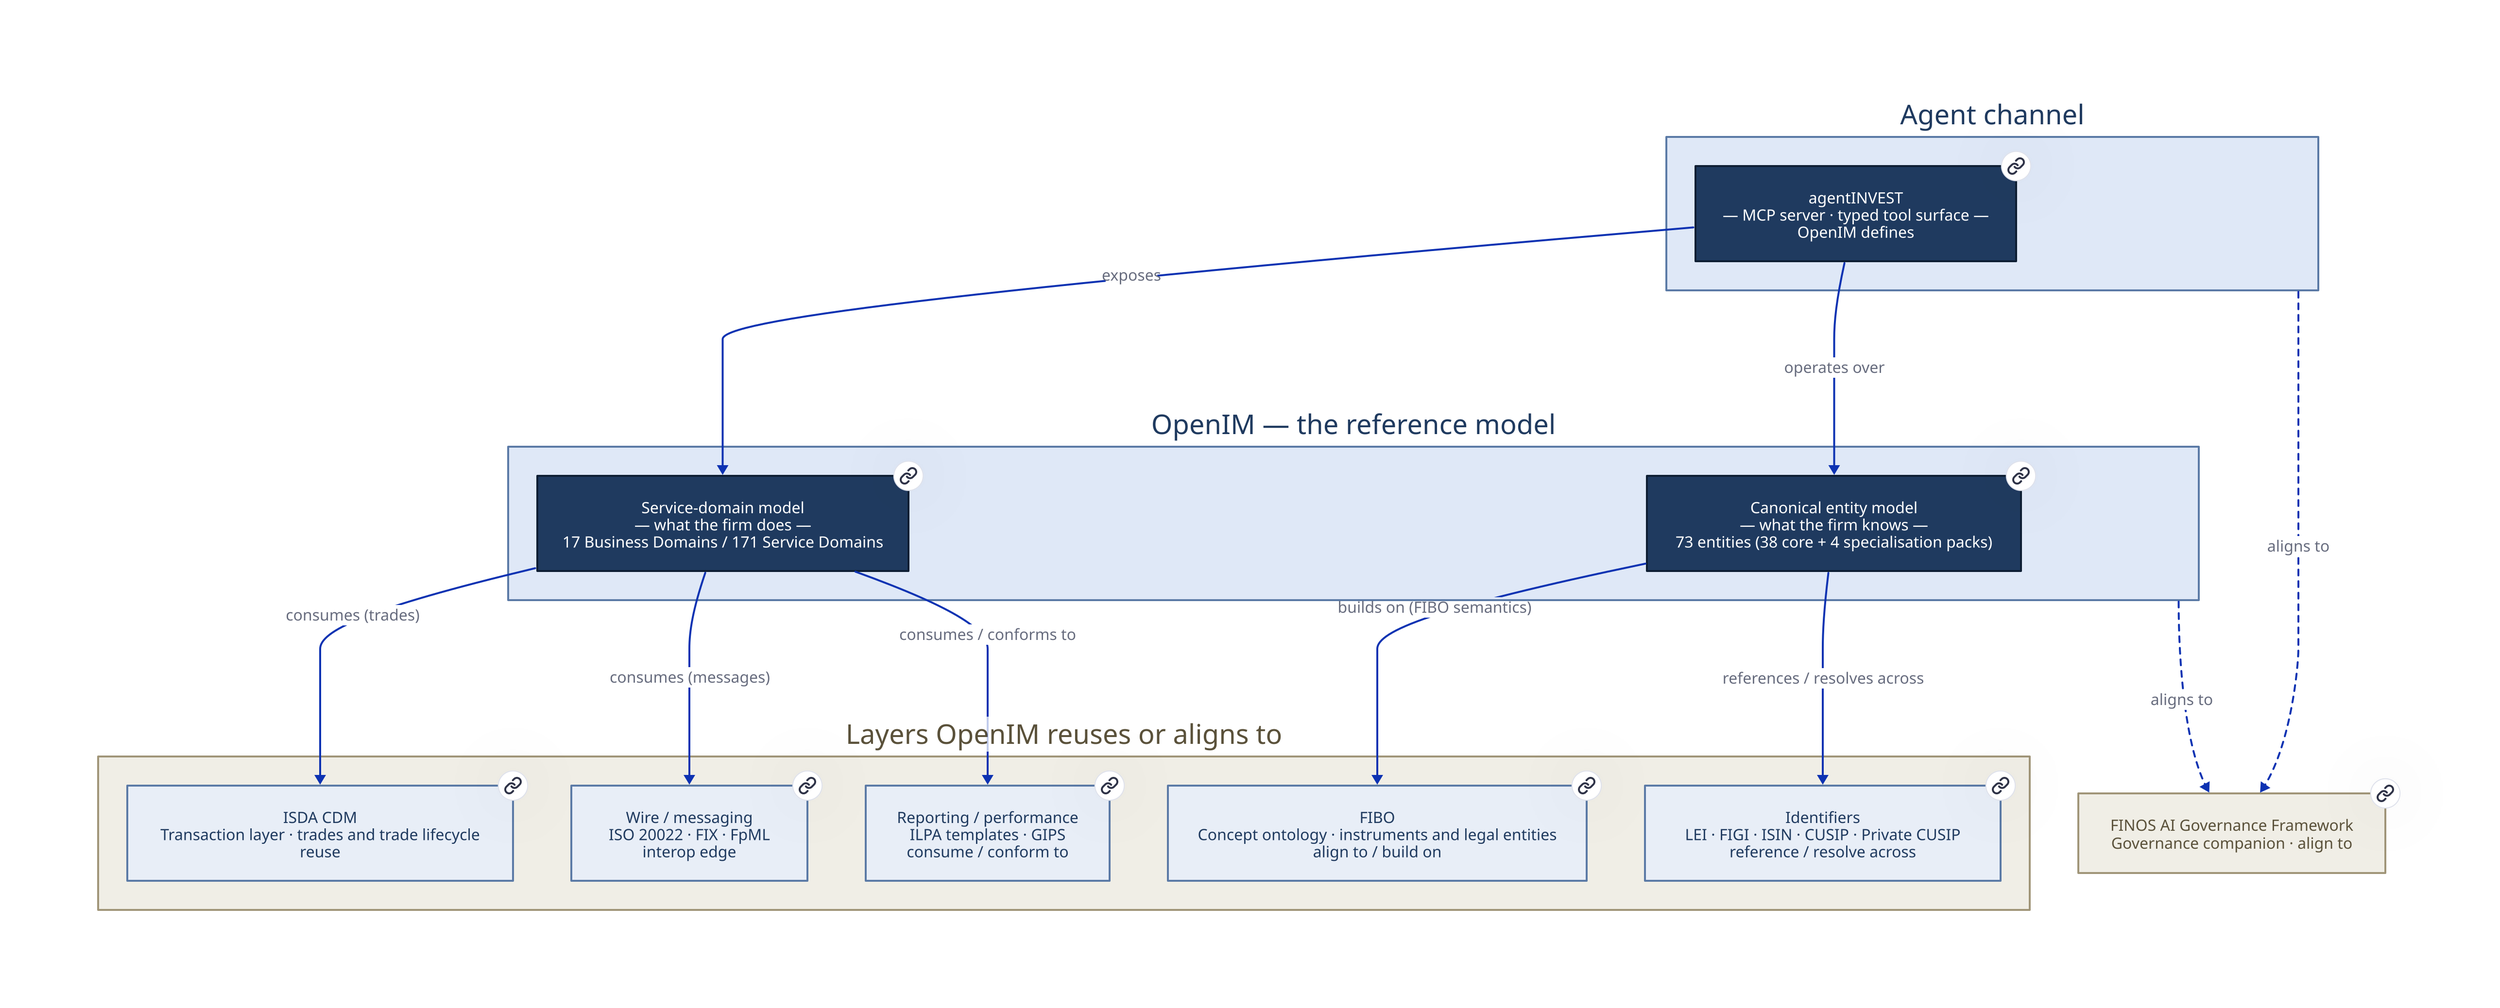
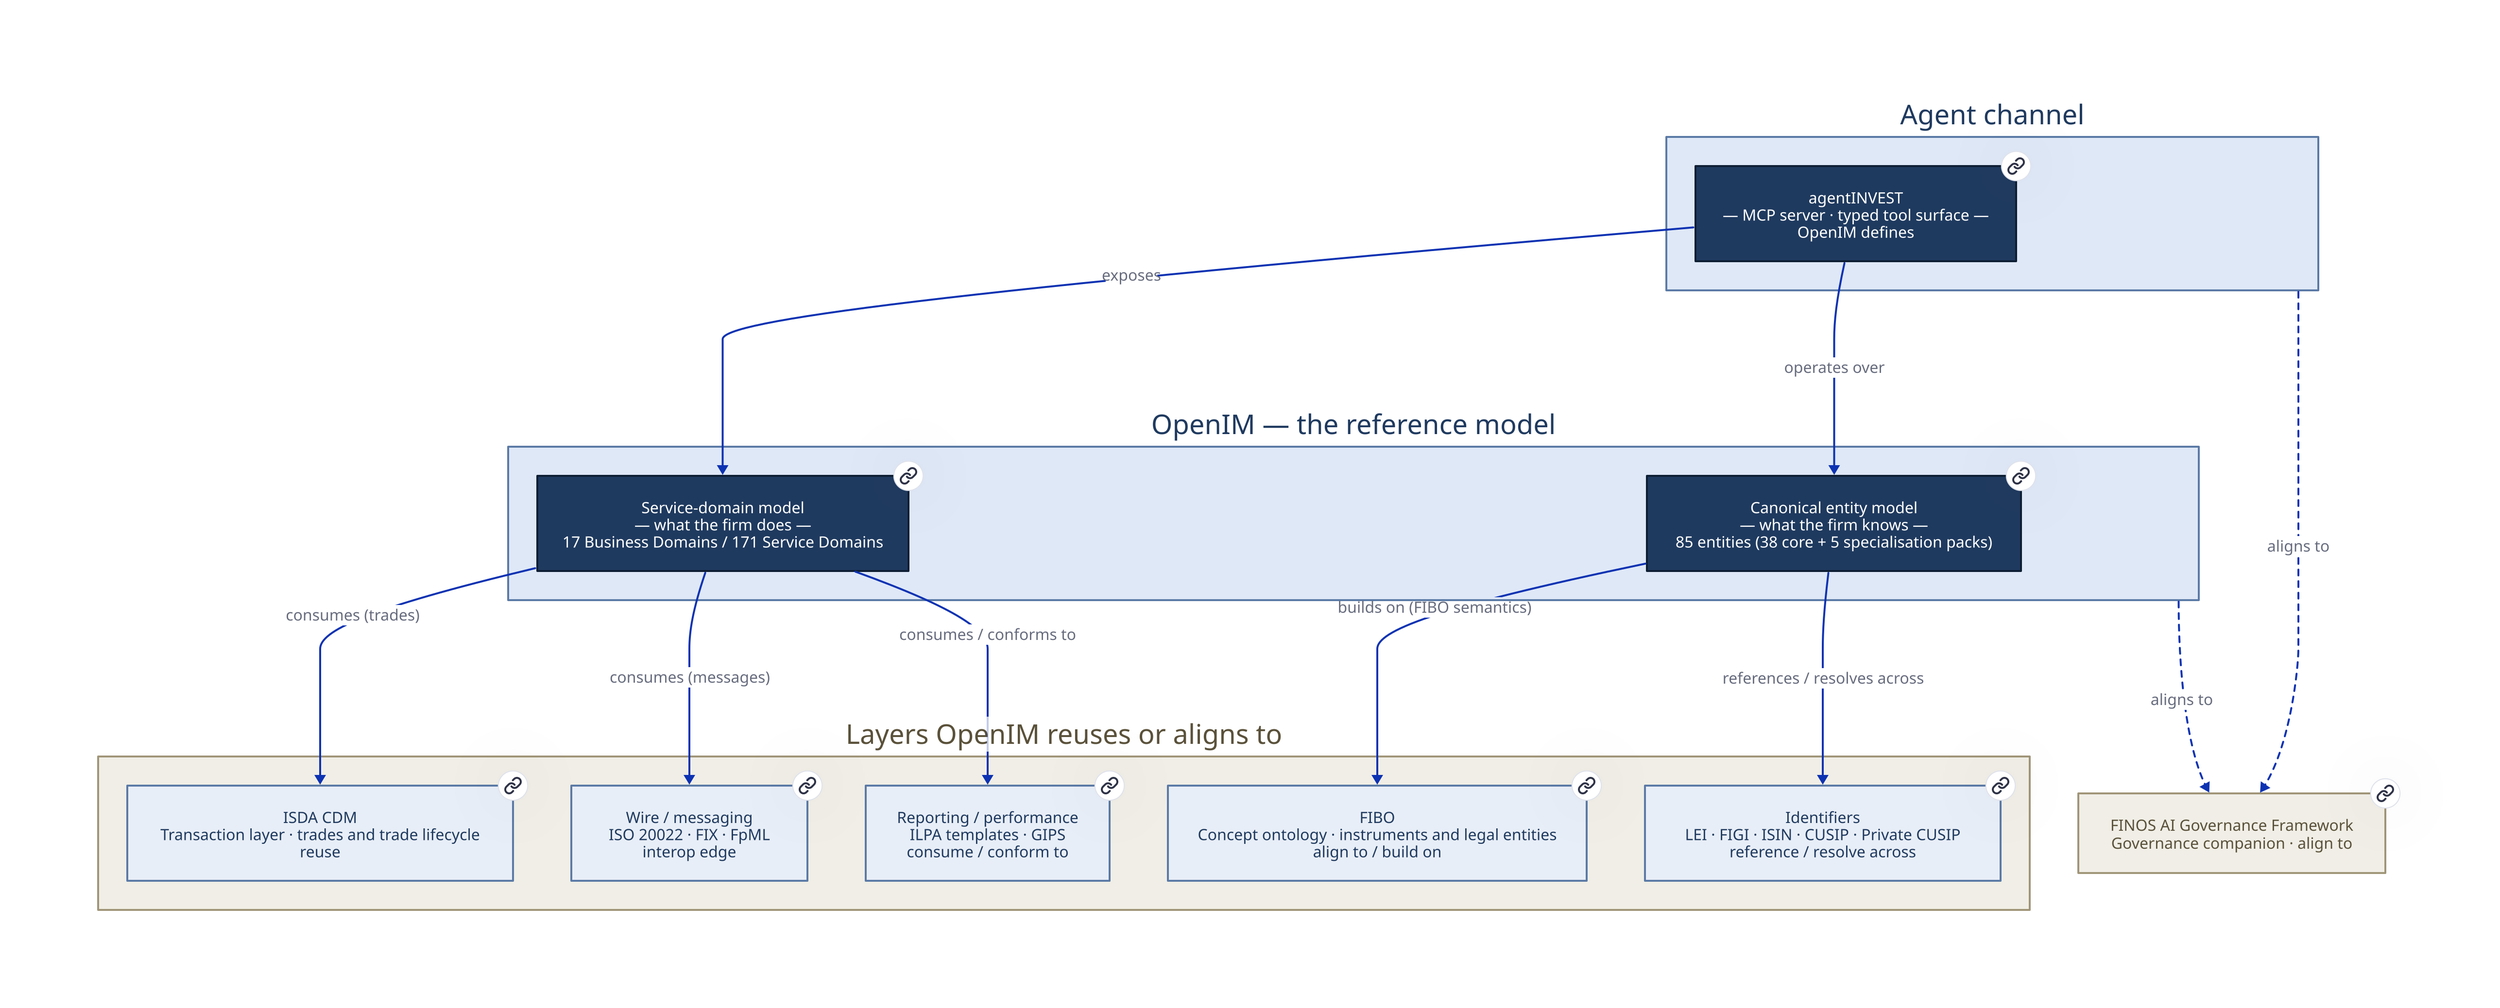
# OpenIM layer stack — D2 source.
#
# Renders OpenIM's position in the standards landscape. Each layer box is
# clickable: OpenIM boxes open in-repo INDEX files (absolute GitHub URLs);
# external standards open PRIOR-ART.md, which is the project's own
# credibility artefact explaining each layer relationship.
#
# A Mermaid form of this diagram lives at ../01-layer-stack.md.

vars: {
  d2-config: {
    layout-engine: elk
  }
}

direction: down

# ─────────────────────────────────────────────────────────
# Agent channel — what an agent talks to.
# ─────────────────────────────────────────────────────────
agent_layer: "Agent channel" {
  style: {fill: "#dfe8f7"; stroke: "#5b7aa6"; font-color: "#1f3a5f"}

  agentinvest: "agentINVEST\n— MCP server · typed tool surface —\nOpenIM defines" {
    link: https://github.com/antikas/open-investment-model/blob/main/reference/README.md
    style: {fill: "#1f3a5f"; font-color: "#ffffff"; bold: true; stroke: "#0e1e33"}
  }
}

# ─────────────────────────────────────────────────────────
# OpenIM — the new layer this project introduces.
# ─────────────────────────────────────────────────────────
openim_layer: "OpenIM — the reference model" {
  style: {fill: "#dfe8f7"; stroke: "#5b7aa6"; font-color: "#1f3a5f"}

  service_domains: "Service-domain model\n— what the firm does —\n17 Business Domains / 171 Service Domains" {
    link: https://github.com/antikas/open-investment-model/blob/main/model/service-domains/INDEX.md
    style: {fill: "#1f3a5f"; font-color: "#ffffff"; bold: true; stroke: "#0e1e33"}
  }

-   entity_model: "Canonical entity model\n— what the firm knows —\n73 entities (38 core + 4 specialisation packs)" {
+   entity_model: "Canonical entity model\n— what the firm knows —\n85 entities (38 core + 5 specialisation packs)" {
    link: https://github.com/antikas/open-investment-model/blob/main/model/entities/INDEX.md
    style: {fill: "#1f3a5f"; font-color: "#ffffff"; bold: true; stroke: "#0e1e33"}
  }
}

# ─────────────────────────────────────────────────────────
# Layers OpenIM reuses or aligns to.
# ─────────────────────────────────────────────────────────
below_layer: "Layers OpenIM reuses or aligns to" {
  style: {fill: "#f0eee6"; stroke: "#a09578"; font-color: "#5a513a"}

  isda_cdm: "ISDA CDM\nTransaction layer · trades and trade lifecycle\nreuse" {
    link: https://github.com/antikas/open-investment-model/blob/main/PRIOR-ART.md
    style: {fill: "#e8eef7"; stroke: "#5b7aa6"; font-color: "#1f3a5f"}
  }

  fibo: "FIBO\nConcept ontology · instruments and legal entities\nalign to / build on" {
    link: https://github.com/antikas/open-investment-model/blob/main/PRIOR-ART.md
    style: {fill: "#e8eef7"; stroke: "#5b7aa6"; font-color: "#1f3a5f"}
  }

  identifiers: "Identifiers\nLEI · FIGI · ISIN · CUSIP · Private CUSIP\nreference / resolve across" {
    link: https://github.com/antikas/open-investment-model/blob/main/PRIOR-ART.md
    style: {fill: "#e8eef7"; stroke: "#5b7aa6"; font-color: "#1f3a5f"}
  }

  wire: "Wire / messaging\nISO 20022 · FIX · FpML\ninterop edge" {
    link: https://github.com/antikas/open-investment-model/blob/main/PRIOR-ART.md
    style: {fill: "#e8eef7"; stroke: "#5b7aa6"; font-color: "#1f3a5f"}
  }

  reporting: "Reporting / performance\nILPA templates · GIPS\nconsume / conform to" {
    link: https://github.com/antikas/open-investment-model/blob/main/PRIOR-ART.md
    style: {fill: "#e8eef7"; stroke: "#5b7aa6"; font-color: "#1f3a5f"}
  }
}

# ─────────────────────────────────────────────────────────
# Governance companion — runs alongside the whole stack.
# ─────────────────────────────────────────────────────────
governance: "FINOS AI Governance Framework\nGovernance companion · align to" {
  link: https://github.com/antikas/open-investment-model/blob/main/PRIOR-ART.md
  style: {fill: "#f0eee6"; stroke: "#a09578"; font-color: "#5a513a"; bold: true}
}

# ─────────────────────────────────────────────────────────
# Relationships — what depends on / consumes / aligns to what.
# ─────────────────────────────────────────────────────────

agent_layer.agentinvest -> openim_layer.service_domains: "exposes"
agent_layer.agentinvest -> openim_layer.entity_model: "operates over"

openim_layer.service_domains -> below_layer.isda_cdm: "consumes (trades)"
openim_layer.service_domains -> below_layer.wire: "consumes (messages)"
openim_layer.service_domains -> below_layer.reporting: "consumes / conforms to"

openim_layer.entity_model -> below_layer.fibo: "builds on (FIBO semantics)"
openim_layer.entity_model -> below_layer.identifiers: "references / resolves across"

openim_layer -> governance: "aligns to" {
  style: {stroke-dash: 3}
}
agent_layer -> governance: "aligns to" {
  style: {stroke-dash: 3}
}
